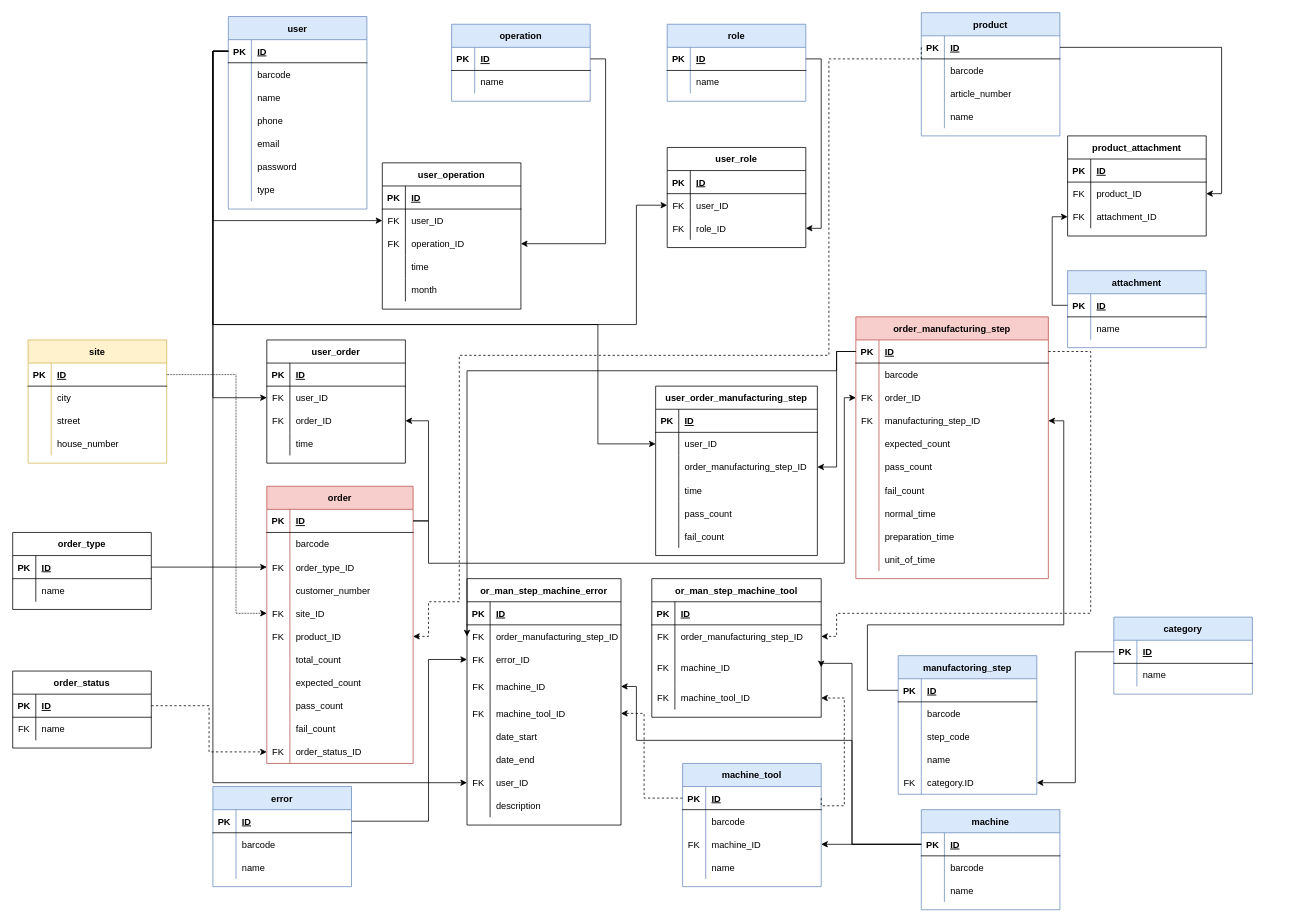
The draw.io diagram DOC/diagrams/database_plan_2_0_0.drawio in KerteszZoltan/mesterminal, before the edit. Source tidied: cells renumbered, new cells numbered last; positions are measured from the earlier drawing's top-left corner, leaving out a move shared by most shapes. Both pictures are drawn from the tidied source at 77%, with x=0, y=0 at pixel (12, 12).
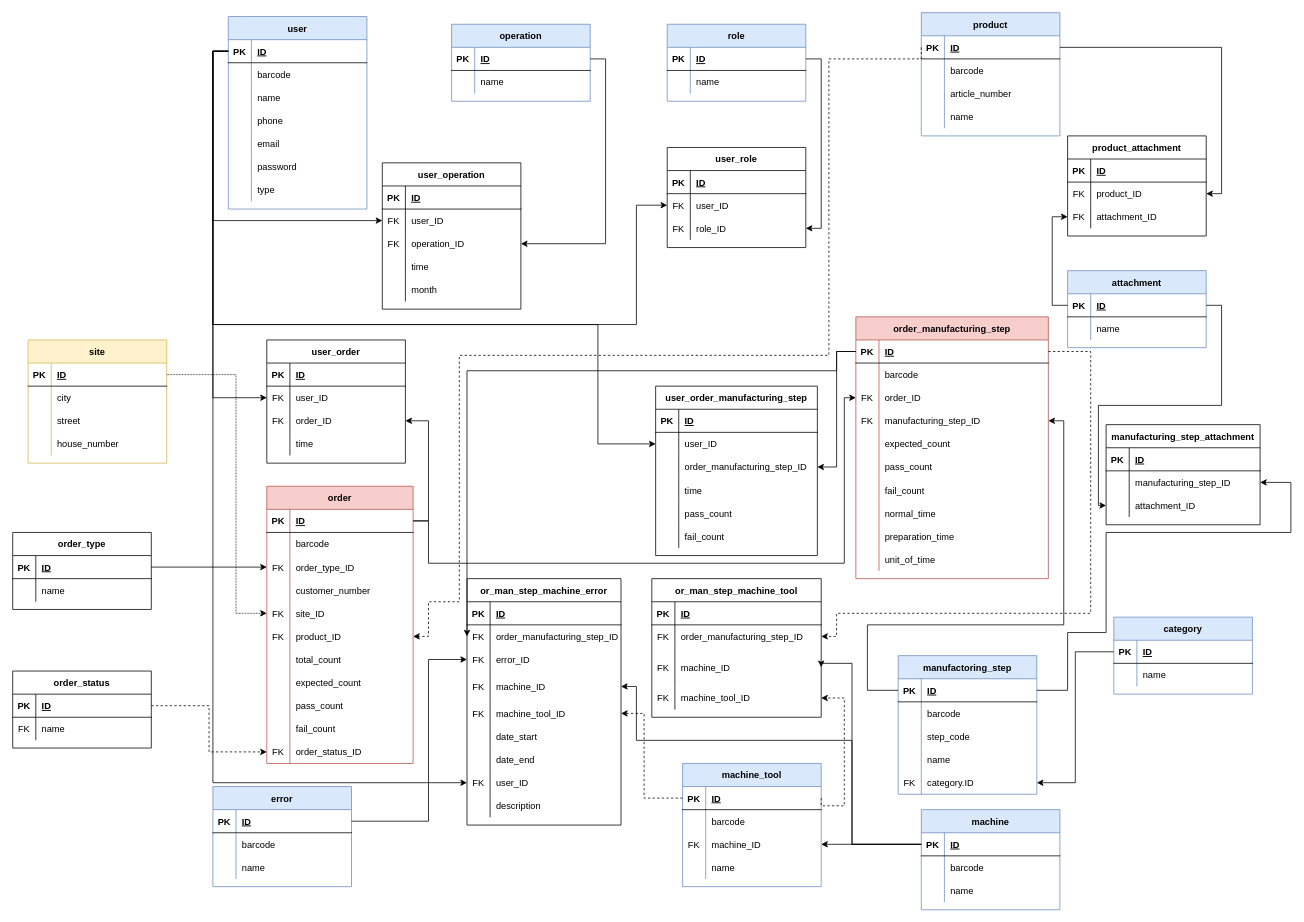
Above is the later version.

Commit message:
manufacturing_step_attachment update

Unchanged cells that the change refers to:
```xml
<mxCell id="213" style="shape=partialRectangle;fillColor=none;top=0;left=0;bottom=1;right=0;points=[[0,0.5],[1,0.5]];portConstraint=eastwest;" parent="212" vertex="1">
  <mxGeometry y="30" width="180" height="30" as="geometry" />
</mxCell>
<mxCell id="232" style="shape=partialRectangle;fillColor=none;top=0;left=0;bottom=1;right=0;points=[[0,0.5],[1,0.5]];portConstraint=eastwest;" parent="231" vertex="1">
  <mxGeometry y="30" width="180" height="30" as="geometry" />
</mxCell>
```

Diff of the diagram source:
```diff
@@
+    <mxCell id="341" value="manufacturing_step_attachment" style="shape=table;startSize=30;childLayout=tableLayout;rowLines=0;fontStyle=1;align=center;" parent="1" vertex="1">
+      <mxGeometry x="1420" y="535" width="200" height="130" as="geometry" />
+    </mxCell>
+    <mxCell id="342" style="shape=partialRectangle;fillColor=none;top=0;left=0;bottom=1;right=0;" parent="341" vertex="1">
+      <mxGeometry y="30" width="200" height="30" as="geometry" />
+    </mxCell>
+    <mxCell id="343" value="PK" style="shape=partialRectangle;fillColor=none;top=0;left=0;bottom=0;right=0;fontStyle=1;overflow=hidden;" parent="342" vertex="1">
+      <mxGeometry width="30" height="30" as="geometry" />
+    </mxCell>
+    <mxCell id="344" value="ID" style="shape=partialRectangle;fillColor=none;top=0;left=0;bottom=0;right=0;align=left;spacingLeft=6;fontStyle=5;overflow=hidden;" parent="342" vertex="1">
+      <mxGeometry x="30" width="170" height="30" as="geometry" />
+    </mxCell>
+    <mxCell id="345" style="shape=partialRectangle;fillColor=none;top=0;left=0;bottom=0;right=0;points=[[0,0.5],[1,0.5]];portConstraint=eastwest;" parent="341" vertex="1">
+      <mxGeometry y="60" width="200" height="30" as="geometry" />
+    </mxCell>
+    <mxCell id="346" style="shape=partialRectangle;fillColor=none;top=0;left=0;bottom=0;right=0;overflow=hidden;" parent="345" vertex="1">
+      <mxGeometry width="30" height="30" as="geometry" />
+    </mxCell>
+    <mxCell id="347" value="manufacturing_step_ID" style="shape=partialRectangle;fillColor=none;top=0;left=0;bottom=0;right=0;align=left;spacingLeft=6;overflow=hidden;" parent="345" vertex="1">
+      <mxGeometry x="30" width="170" height="30" as="geometry" />
+    </mxCell>
+    <mxCell id="348" style="shape=partialRectangle;fillColor=none;top=0;left=0;bottom=0;right=0;points=[[0,0.5],[1,0.5]];portConstraint=eastwest;" parent="341" vertex="1">
+      <mxGeometry y="90" width="200" height="30" as="geometry" />
+    </mxCell>
+    <mxCell id="349" style="shape=partialRectangle;fillColor=none;top=0;left=0;bottom=0;right=0;overflow=hidden;" parent="348" vertex="1">
+      <mxGeometry width="30" height="30" as="geometry" />
+    </mxCell>
+    <mxCell id="350" value="attachment_ID" style="shape=partialRectangle;fillColor=none;top=0;left=0;bottom=0;right=0;align=left;spacingLeft=6;overflow=hidden;" parent="348" vertex="1">
+      <mxGeometry x="30" width="170" height="30" as="geometry" />
+    </mxCell>
+    <mxCell id="351" style="edgeStyle=orthogonalEdgeStyle;rounded=0;jettySize=auto;html=1;exitX=1;exitY=0.5;exitDx=0;exitDy=0;entryX=0;entryY=0.5;entryDx=0;entryDy=0;" parent="1" edge="1" source="213" target="348">
+      <mxGeometry relative="1" as="geometry">
+        <Array as="points">
+          <mxPoint x="1570" y="380" />
+          <mxPoint x="1570" y="510" />
+          <mxPoint x="1410" y="510" />
+          <mxPoint x="1410" y="640" />
+        </Array>
+      </mxGeometry>
+    </mxCell>
+    <mxCell id="352" style="edgeStyle=orthogonalEdgeStyle;rounded=0;jettySize=auto;html=1;exitX=1;exitY=0.5;exitDx=0;exitDy=0;entryX=1;entryY=0.5;entryDx=0;entryDy=0;" parent="1" edge="1" source="232" target="345">
+      <mxGeometry relative="1" as="geometry">
+        <Array as="points">
+          <mxPoint x="1370" y="880" />
+          <mxPoint x="1370" y="805" />
+          <mxPoint x="1420" y="805" />
+          <mxPoint x="1420" y="675" />
+          <mxPoint x="1660" y="675" />
+          <mxPoint x="1660" y="610" />
+        </Array>
+      </mxGeometry>
+    </mxCell>
```
